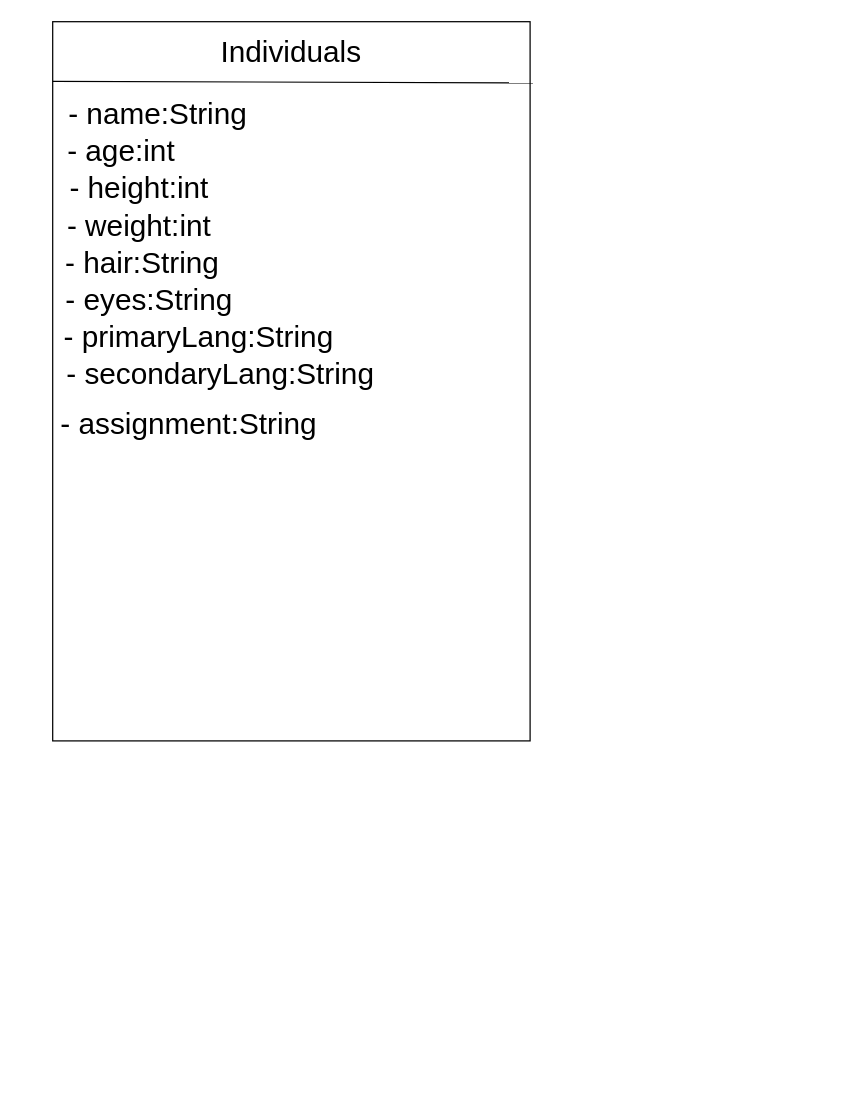
This is Group project 1/Individuals.drawio from Hisada-VI/ENSF-380-assignments, a draw.io file, before an edit. Source tidied: cells renumbered, new cells numbered last; positions are measured from the earlier drawing's top-left corner, leaving out a move shared by most shapes. Both pictures are drawn from the tidied source at 124%, with x=0, y=0 at pixel (52, 21).
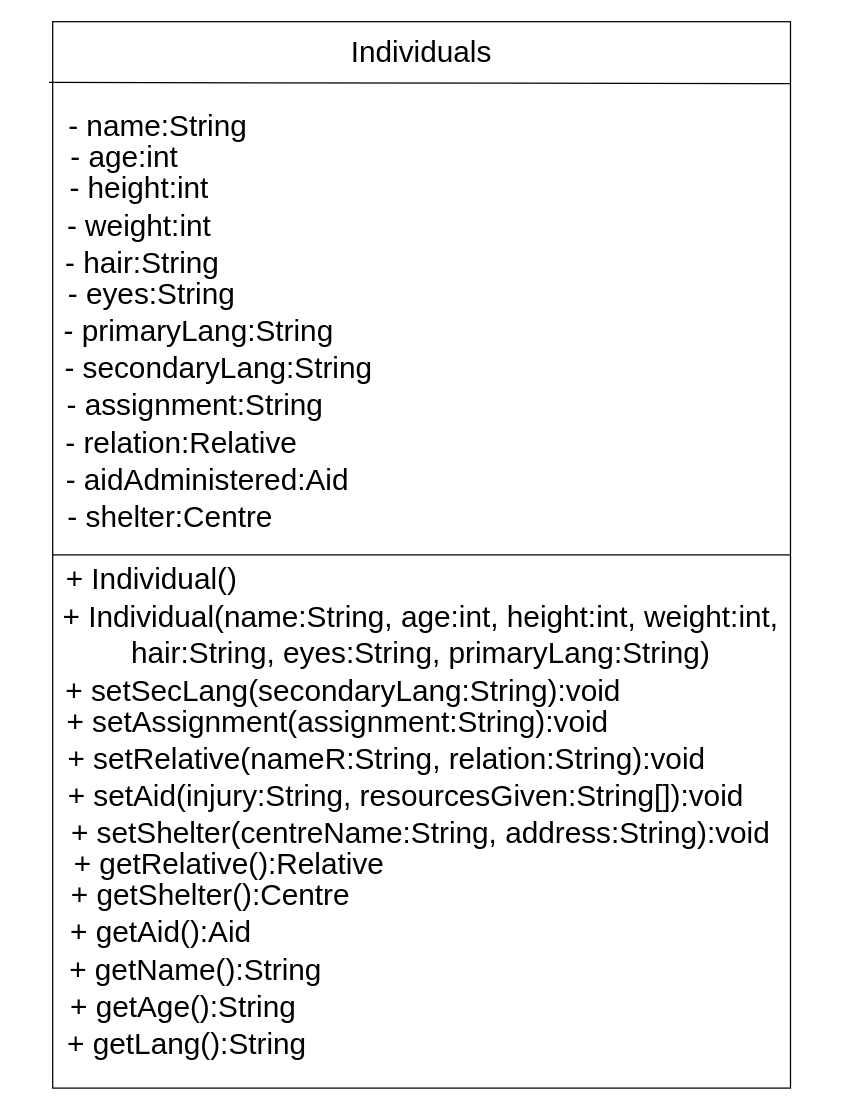
Above is the later version.

Commit message:
finished Individuals UML

Change to the diagram source:
```diff
@@
     <mxCell id="2" style="rounded=0;whiteSpace=wrap;html=1;" parent="1" vertex="1">
-      <mxGeometry width="385" height="580" as="geometry" />
+      <mxGeometry width="595" height="860" as="geometry" />
     </mxCell>
-    <mxCell id="3" style="endArrow=none;html=1;exitX=0;exitY=0.083;exitDx=0;exitDy=0;exitPerimeter=0;entryX=1.006;entryY=0.085;entryDx=0;entryDy=0;entryPerimeter=0;" parent="1" edge="1" source="2" target="2">
-      <mxGeometry relative="1" as="geometry" />
+    <mxCell id="3" style="endArrow=none;html=1;exitX=-0.005;exitY=0.057;exitDx=0;exitDy=0;exitPerimeter=0;" parent="1" edge="1" source="2">
+      <mxGeometry relative="1" as="geometry">
+        <mxPoint x="595" y="50" as="targetPoint" />
+      </mxGeometry>
     </mxCell>
     <mxCell id="4" value="&lt;font style=&quot;font-size: 24px;&quot;&gt;Individuals&lt;/font&gt;" style="text;html=1;strokeColor=none;fillColor=none;align=center;verticalAlign=middle;whiteSpace=wrap;rounded=0;" parent="1" vertex="1">
-      <mxGeometry x="116.2" width="152.5" height="50" as="geometry" />
+      <mxGeometry x="221.2" width="152.5" height="50" as="geometry" />
     </mxCell>
     <mxCell id="5" value="- name:String" style="text;html=1;strokeColor=none;fillColor=none;align=center;verticalAlign=middle;whiteSpace=wrap;rounded=0;fontSize=24;" parent="1" vertex="1">
-      <mxGeometry y="50" width="170" height="50" as="geometry" />
+      <mxGeometry y="70" width="170" height="30" as="geometry" />
     </mxCell>
     <mxCell id="6" value="- age:int" style="text;html=1;strokeColor=none;fillColor=none;align=center;verticalAlign=middle;whiteSpace=wrap;rounded=0;fontSize=24;" parent="1" vertex="1">
-      <mxGeometry y="80" width="111.2" height="50" as="geometry" />
+      <mxGeometry x="5" y="90" width="106.2" height="40" as="geometry" />
     </mxCell>
@@
     <mxCell id="10" value="- eyes:String" style="text;html=1;strokeColor=none;fillColor=none;align=center;verticalAlign=middle;whiteSpace=wrap;rounded=0;fontSize=24;" parent="1" vertex="1">
-      <mxGeometry x="7.5" y="200" width="140" height="50" as="geometry" />
+      <mxGeometry x="10" y="200" width="140" height="40" as="geometry" />
     </mxCell>
     <mxCell id="11" value="- primaryLang:String" style="text;html=1;strokeColor=none;fillColor=none;align=center;verticalAlign=middle;whiteSpace=wrap;rounded=0;fontSize=24;" parent="1" vertex="1">
-      <mxGeometry x="7.5" y="230" width="220" height="50" as="geometry" />
+      <mxGeometry x="7.5" y="240" width="220" height="20" as="geometry" />
     </mxCell>
     <mxCell id="12" value="- secondaryLang:String" style="text;html=1;strokeColor=none;fillColor=none;align=center;verticalAlign=middle;whiteSpace=wrap;rounded=0;fontSize=24;" parent="1" vertex="1">
-      <mxGeometry x="7.5" y="260" width="255" height="50" as="geometry" />
+      <mxGeometry x="5" y="270" width="257.5" height="20" as="geometry" />
     </mxCell>
     <mxCell id="13" value="- assignment:String" style="text;html=1;strokeColor=none;fillColor=none;align=center;verticalAlign=middle;whiteSpace=wrap;rounded=0;fontSize=24;" parent="1" vertex="1">
-      <mxGeometry x="5" y="300" width="210" height="50" as="geometry" />
+      <mxGeometry x="10" y="300" width="210" height="20" as="geometry" />
     </mxCell>
+    <mxCell id="14" value="- relation:Relative" style="text;html=1;strokeColor=none;fillColor=none;align=center;verticalAlign=middle;whiteSpace=wrap;rounded=0;fontSize=24;" parent="1" vertex="1">
+      <mxGeometry x="-25" y="330" width="257.5" height="20" as="geometry" />
+    </mxCell>
+    <mxCell id="15" value="- aidAdministered:Aid" style="text;html=1;strokeColor=none;fillColor=none;align=center;verticalAlign=middle;whiteSpace=wrap;rounded=0;fontSize=24;" parent="1" vertex="1">
+      <mxGeometry x="5" y="360" width="240" height="20" as="geometry" />
+    </mxCell>
+    <mxCell id="16" value="- shelter:Centre" style="text;html=1;strokeColor=none;fillColor=none;align=center;verticalAlign=middle;whiteSpace=wrap;rounded=0;fontSize=24;" parent="1" vertex="1">
+      <mxGeometry x="-25" y="390" width="240" height="20" as="geometry" />
+    </mxCell>
+    <mxCell id="17" style="endArrow=none;html=1;exitX=0;exitY=0.5;exitDx=0;exitDy=0;entryX=1;entryY=0.5;entryDx=0;entryDy=0;" parent="1" edge="1" source="2" target="2">
+      <mxGeometry relative="1" as="geometry" />
+    </mxCell>
+    <mxCell id="18" value="+ Individual()" style="text;html=1;strokeColor=none;fillColor=none;align=center;verticalAlign=middle;whiteSpace=wrap;rounded=0;fontSize=24;" parent="1" vertex="1">
+      <mxGeometry x="-8.8" y="440" width="177.5" height="20" as="geometry" />
+    </mxCell>
+    <mxCell id="19" value="&lt;font style=&quot;font-size: 24px;&quot;&gt;+ Individual(name:String, age:int, height:int, weight:int, hair:String, eyes:String, primaryLang:String)&lt;/font&gt;" style="text;html=1;strokeColor=none;fillColor=none;align=center;verticalAlign=middle;whiteSpace=wrap;rounded=0;fontSize=24;" parent="1" vertex="1">
+      <mxGeometry x="-25" y="460" width="643.8" height="70" as="geometry" />
+    </mxCell>
+    <mxCell id="20" value="+ setSecLang(secondaryLang:String):void" style="text;html=1;strokeColor=none;fillColor=none;align=center;verticalAlign=middle;whiteSpace=wrap;rounded=0;fontSize=24;" parent="1" vertex="1">
+      <mxGeometry x="-7.5" y="530" width="482.5" height="20" as="geometry" />
+    </mxCell>
+    <mxCell id="21" value="+ setAssignment(assignment:String):void" style="text;html=1;strokeColor=none;fillColor=none;align=center;verticalAlign=middle;whiteSpace=wrap;rounded=0;fontSize=24;" parent="1" vertex="1">
+      <mxGeometry x="10" y="550" width="440" height="30" as="geometry" />
+    </mxCell>
+    <mxCell id="22" value="+ setRelative(nameR:String, relation:String):void" style="text;html=1;strokeColor=none;fillColor=none;align=center;verticalAlign=middle;whiteSpace=wrap;rounded=0;fontSize=24;" parent="1" vertex="1">
+      <mxGeometry x="-7.5" y="580" width="552.5" height="30" as="geometry" />
+    </mxCell>
+    <mxCell id="23" value="+ setAid(injury:String, resourcesGiven:String[]):void" style="text;html=1;strokeColor=none;fillColor=none;align=center;verticalAlign=middle;whiteSpace=wrap;rounded=0;fontSize=24;" parent="1" vertex="1">
+      <mxGeometry x="10" y="610" width="550" height="30" as="geometry" />
+    </mxCell>
+    <mxCell id="24" value="+ setShelter(centreName:String, address:String):void" style="text;html=1;strokeColor=none;fillColor=none;align=center;verticalAlign=middle;whiteSpace=wrap;rounded=0;fontSize=24;" parent="1" vertex="1">
+      <mxGeometry y="640" width="593.8" height="30" as="geometry" />
+    </mxCell>
+    <mxCell id="25" value="+ getRelative():Relative" style="text;html=1;strokeColor=none;fillColor=none;align=center;verticalAlign=middle;whiteSpace=wrap;rounded=0;fontSize=24;" parent="1" vertex="1">
+      <mxGeometry y="660" width="285" height="40" as="geometry" />
+    </mxCell>
+    <mxCell id="26" value="+ getShelter():Centre" style="text;html=1;strokeColor=none;fillColor=none;align=center;verticalAlign=middle;whiteSpace=wrap;rounded=0;fontSize=24;" parent="1" vertex="1">
+      <mxGeometry y="690" width="255" height="30" as="geometry" />
+    </mxCell>
+    <mxCell id="27" value="+ getAid():Aid" style="text;html=1;strokeColor=none;fillColor=none;align=center;verticalAlign=middle;whiteSpace=wrap;rounded=0;fontSize=24;" parent="1" vertex="1">
+      <mxGeometry y="720" width="175" height="30" as="geometry" />
+    </mxCell>
+    <mxCell id="28" value="+ getName():String" style="text;html=1;strokeColor=none;fillColor=none;align=center;verticalAlign=middle;whiteSpace=wrap;rounded=0;fontSize=24;" parent="1" vertex="1">
+      <mxGeometry x="-12.5" y="750" width="255" height="30" as="geometry" />
+    </mxCell>
+    <mxCell id="29" value="+ getAge():String" style="text;html=1;strokeColor=none;fillColor=none;align=center;verticalAlign=middle;whiteSpace=wrap;rounded=0;fontSize=24;" parent="1" vertex="1">
+      <mxGeometry x="-22.5" y="780" width="255" height="30" as="geometry" />
+    </mxCell>
+    <mxCell id="30" value="+ getLang():String" style="text;html=1;strokeColor=none;fillColor=none;align=center;verticalAlign=middle;whiteSpace=wrap;rounded=0;fontSize=24;" parent="1" vertex="1">
+      <mxGeometry x="-18.8" y="810" width="255" height="30" as="geometry" />
+    </mxCell>
```
